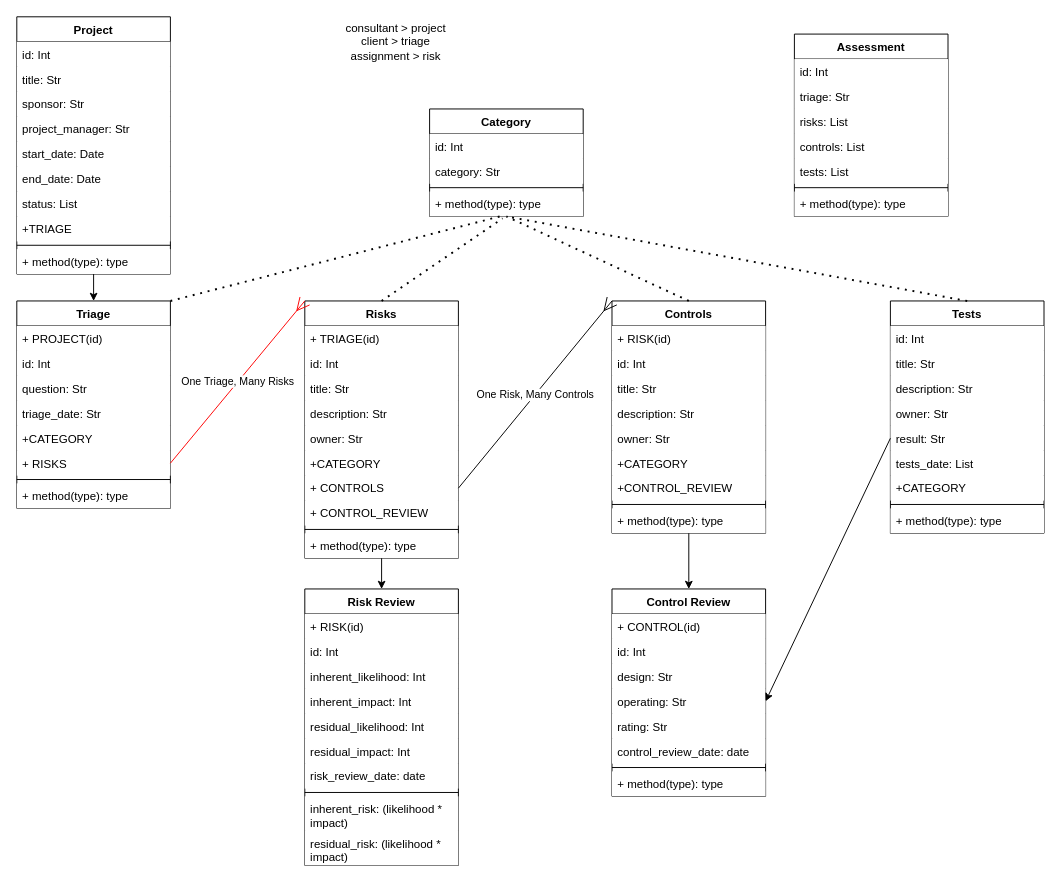
The draw.io diagram page "Classes" (1 of 2) of planning/Class Diagrams.drawio in michaelmccoll/Project_Secure_Design, before the edit. Source tidied: cells renumbered, new cells numbered last; positions are measured from the earlier drawing's top-left corner, leaving out a move shared by most shapes. Both pictures are drawn from the tidied source at 96%, with x=0, y=0 at pixel (16, 16).
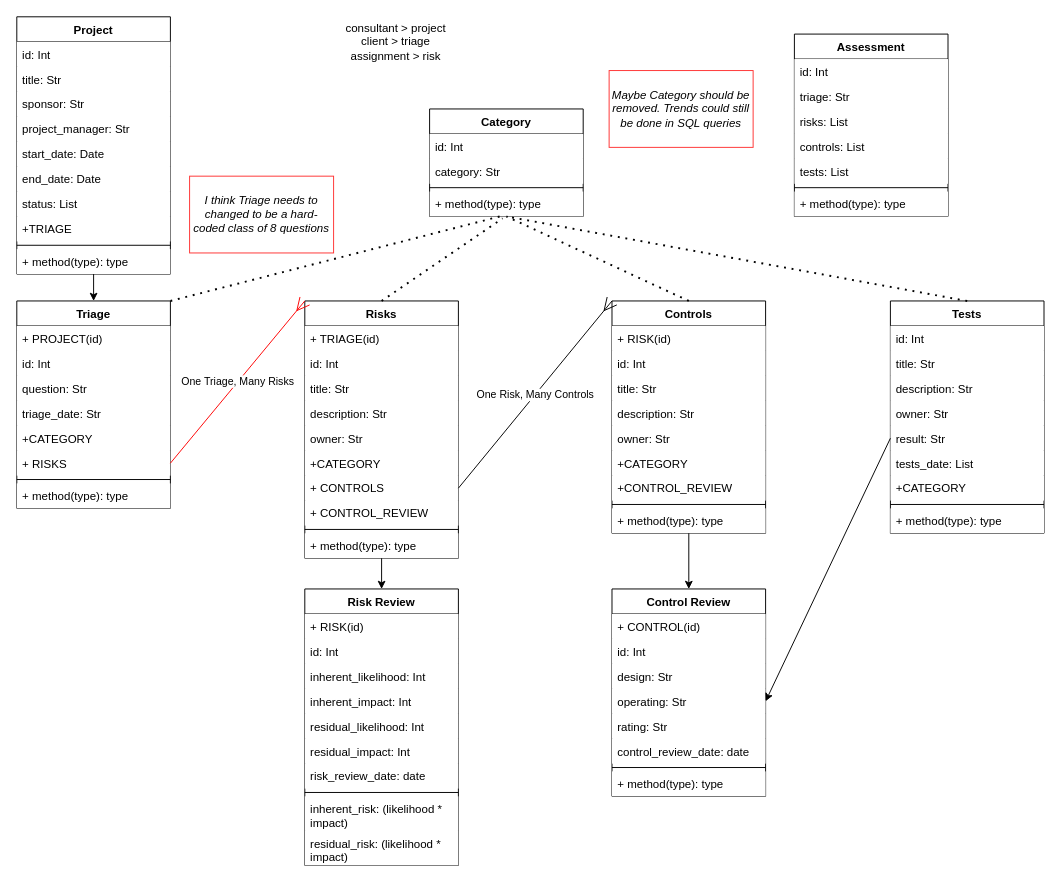
The same page after the edit.

Diff of the diagram source:
```diff
@@
+    <mxCell id="97" value="I think Triage needs to changed to be a hard-coded class of 8 questions" style="text;html=1;strokeColor=#FF3333;fillColor=none;align=center;verticalAlign=middle;whiteSpace=wrap;rounded=0;fontStyle=2;" parent="1" vertex="1">
+      <mxGeometry x="180" y="166" width="150" height="80" as="geometry" />
+    </mxCell>
+    <mxCell id="98" value="Maybe Category should be removed. Trends could still be done in SQL queries" style="text;html=1;strokeColor=#FF3333;fillColor=none;align=center;verticalAlign=middle;whiteSpace=wrap;rounded=0;fontStyle=2;" parent="1" vertex="1">
+      <mxGeometry x="617" y="56" width="150" height="80" as="geometry" />
+    </mxCell>
```
